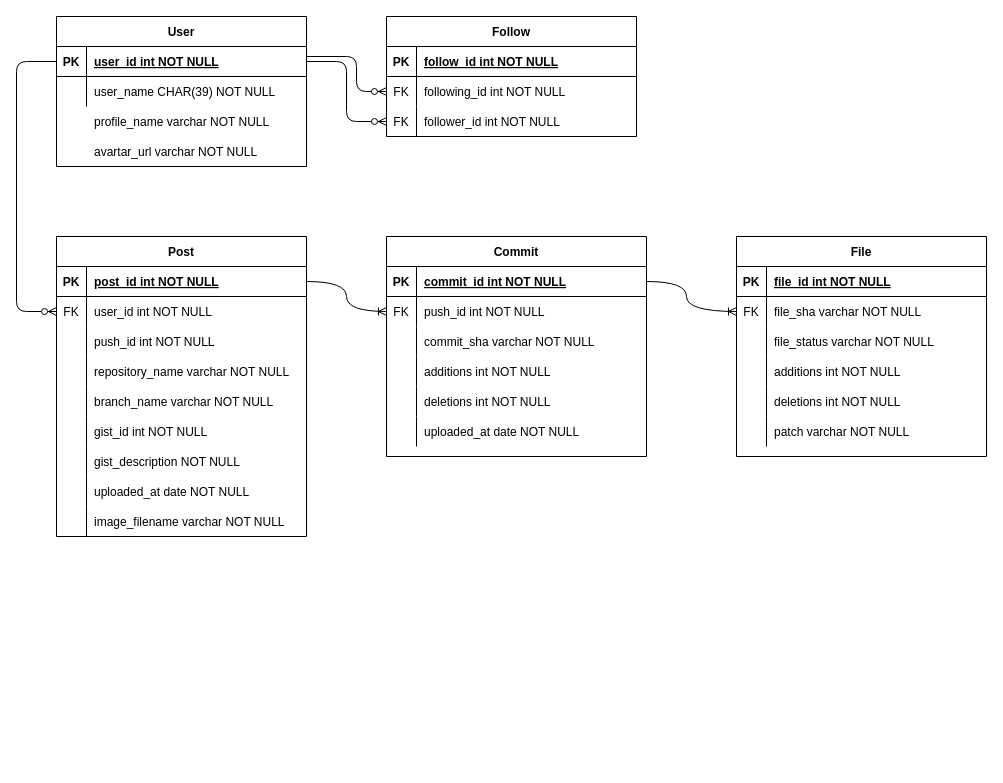
This is erd.drawio from rxdcxdrnine/what-you-see-is-what-you-git, a draw.io file, before an edit. Source tidied: cells renumbered, new cells numbered last; positions are measured from the earlier drawing's top-left corner, leaving out a move shared by most shapes. Both pictures are drawn from the tidied source at 100%, with x=0, y=0 at pixel (16, 16).
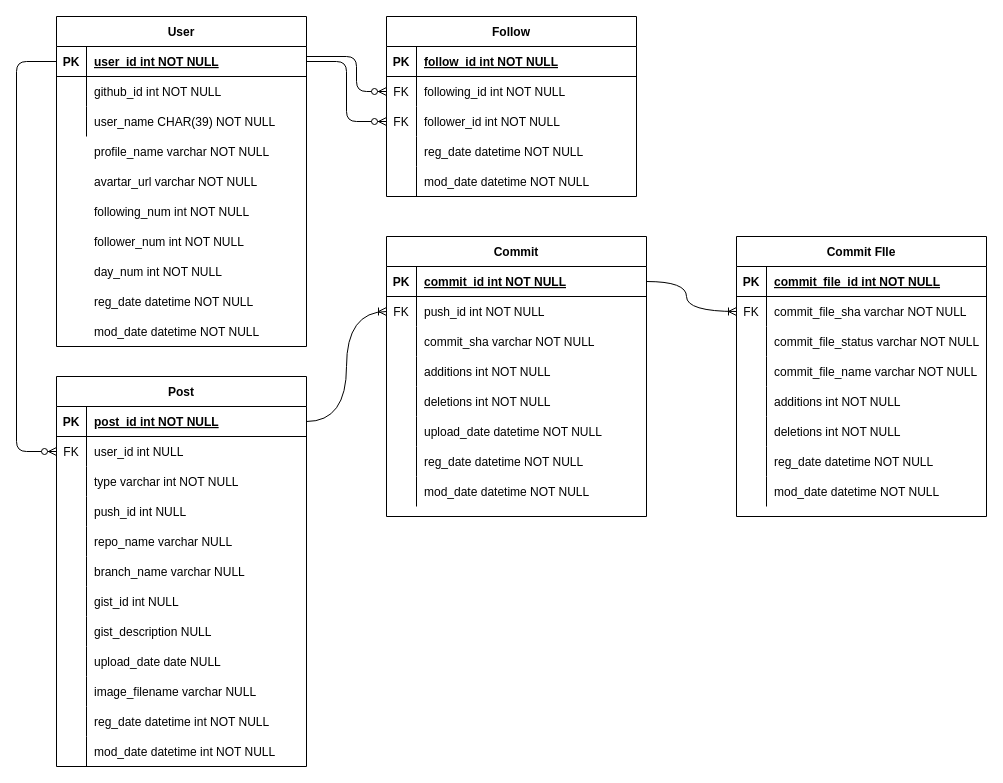
Above is the later version.

Unchanged cells that the change refers to:
```xml
<mxCell id="13" style="shape=partialRectangle;fillColor=none;points=[[0,0.5],[1,0.5]];portConstraint=eastwest;top=0;left=0;right=0;bottom=1;" parent="12" vertex="1">
  <mxGeometry y="30" width="250" height="30" as="geometry" />
</mxCell>
<mxCell id="16" style="shape=partialRectangle;fillColor=none;points=[[0,0.5],[1,0.5]];portConstraint=eastwest;top=0;left=0;right=0;bottom=0;" parent="12" vertex="1">
  <mxGeometry y="60" width="250" height="30" as="geometry" />
</mxCell>
<mxCell id="41" style="shape=partialRectangle;fillColor=none;points=[[0,0.5],[1,0.5]];portConstraint=eastwest;top=0;left=0;right=0;bottom=1;" parent="40" vertex="1">
  <mxGeometry y="30" width="250" height="30" as="geometry" />
</mxCell>
<mxCell id="44" style="shape=partialRectangle;fillColor=none;top=0;left=0;right=0;bottom=0;" parent="40" vertex="1">
  <mxGeometry y="60" width="250" height="30" as="geometry" />
</mxCell>
<mxCell id="59" style="shape=partialRectangle;fillColor=none;top=0;left=0;bottom=0;right=0;points=[[0,0.5],[1,0.5]];portConstraint=eastwest;" parent="55" vertex="1">
  <mxGeometry y="60" width="260" height="30" as="geometry" />
</mxCell>
<mxCell id="71" style="shape=partialRectangle;fillColor=none;top=0;left=0;bottom=0;right=0;" parent="55" vertex="1">
  <mxGeometry y="180" width="260" height="30" as="geometry" />
</mxCell>
<mxCell id="76" style="shape=partialRectangle;fillColor=none;top=0;left=0;bottom=1;right=0;" parent="75" vertex="1">
  <mxGeometry y="30" width="250" height="30" as="geometry" />
</mxCell>
<mxCell id="79" style="shape=partialRectangle;fillColor=none;top=0;left=0;bottom=0;right=0;points=[[0,0.5],[1,0.5]];portConstraint=eastwest;" parent="75" vertex="1">
  <mxGeometry y="60" width="250" height="30" as="geometry" />
</mxCell>
<mxCell id="82" style="shape=partialRectangle;fillColor=none;top=0;left=0;bottom=0;right=0;" parent="75" vertex="1">
  <mxGeometry y="90" width="250" height="30" as="geometry" />
</mxCell>
```

The edit, as a diff of the source:
```diff
@@
     <mxCell id="2" value="Follow" style="shape=table;startSize=30;childLayout=tableLayout;rowLines=0;fontStyle=1;align=center;" parent="1" vertex="1">
-      <mxGeometry x="370" width="250" height="120" as="geometry" />
+      <mxGeometry x="370" width="250" height="180" as="geometry" />
     </mxCell>
@@
+    <mxCell id="95" style="shape=partialRectangle;fillColor=none;top=0;left=0;right=0;bottom=0;" parent="2" vertex="1">
+      <mxGeometry y="120" width="250" height="30" as="geometry" />
+    </mxCell>
+    <mxCell id="96" style="shape=partialRectangle;overflow=hidden;fillColor=none;top=0;left=0;bottom=0;right=0;" parent="95" vertex="1">
+      <mxGeometry width="30" height="30" as="geometry" />
+    </mxCell>
+    <mxCell id="97" value="reg_date datetime NOT NULL" style="shape=partialRectangle;overflow=hidden;fillColor=none;top=0;left=0;bottom=0;right=0;align=left;spacingLeft=6;" parent="95" vertex="1">
+      <mxGeometry x="30" width="220" height="30" as="geometry" />
+    </mxCell>
+    <mxCell id="98" style="shape=partialRectangle;fillColor=none;top=0;left=0;right=0;bottom=0;" parent="2" vertex="1">
+      <mxGeometry y="150" width="250" height="30" as="geometry" />
+    </mxCell>
+    <mxCell id="99" style="shape=partialRectangle;overflow=hidden;fillColor=none;top=0;left=0;bottom=0;right=0;" parent="98" vertex="1">
+      <mxGeometry width="30" height="30" as="geometry" />
+    </mxCell>
+    <mxCell id="100" value="mod_date datetime NOT NULL" style="shape=partialRectangle;overflow=hidden;fillColor=none;top=0;left=0;bottom=0;right=0;align=left;spacingLeft=6;" parent="98" vertex="1">
+      <mxGeometry x="30" width="220" height="30" as="geometry" />
+    </mxCell>
     <mxCell id="12" value="Post" style="shape=table;startSize=30;childLayout=tableLayout;rowLines=0;fontStyle=1;align=center;" parent="1" vertex="1">
-      <mxGeometry x="40" y="220" width="250" height="300" as="geometry" />
+      <mxGeometry x="40" y="360" width="250" height="390" as="geometry" />
     </mxCell>
@@
-    <mxCell id="18" value="user_id int NOT NULL" style="shape=partialRectangle;overflow=hidden;fillColor=none;top=0;left=0;bottom=0;right=0;align=left;spacingLeft=6;" parent="16" vertex="1">
+    <mxCell id="18" value="user_id int NULL" style="shape=partialRectangle;overflow=hidden;fillColor=none;top=0;left=0;bottom=0;right=0;align=left;spacingLeft=6;" parent="16" vertex="1">
       <mxGeometry x="30" width="220" height="30" as="geometry" />
     </mxCell>
+    <mxCell id="101" style="shape=partialRectangle;fillColor=none;top=0;left=0;right=0;bottom=0;" parent="12" vertex="1">
+      <mxGeometry y="90" width="250" height="30" as="geometry" />
+    </mxCell>
+    <mxCell id="102" style="shape=partialRectangle;overflow=hidden;fillColor=none;top=0;left=0;bottom=0;right=0;" parent="101" vertex="1">
+      <mxGeometry width="30" height="30" as="geometry" />
+    </mxCell>
+    <mxCell id="103" value="type varchar int NOT NULL" style="shape=partialRectangle;overflow=hidden;fillColor=none;top=0;left=0;bottom=0;right=0;align=left;spacingLeft=6;" parent="101" vertex="1">
+      <mxGeometry x="30" width="220" height="30" as="geometry" />
+    </mxCell>
     <mxCell id="19" style="shape=partialRectangle;fillColor=none;top=0;left=0;right=0;bottom=0;" parent="12" vertex="1">
-      <mxGeometry y="90" width="250" height="30" as="geometry" />
+      <mxGeometry y="120" width="250" height="30" as="geometry" />
     </mxCell>
@@
-    <mxCell id="21" value="push_id int NOT NULL" style="shape=partialRectangle;overflow=hidden;fillColor=none;top=0;left=0;bottom=0;right=0;align=left;spacingLeft=6;" parent="19" vertex="1">
+    <mxCell id="21" value="push_id int NULL" style="shape=partialRectangle;overflow=hidden;fillColor=none;top=0;left=0;bottom=0;right=0;align=left;spacingLeft=6;" parent="19" vertex="1">
       <mxGeometry x="30" width="220" height="30" as="geometry" />
     </mxCell>
     <mxCell id="22" style="shape=partialRectangle;fillColor=none;top=0;left=0;right=0;bottom=0;" parent="12" vertex="1">
-      <mxGeometry y="120" width="250" height="30" as="geometry" />
+      <mxGeometry y="150" width="250" height="30" as="geometry" />
     </mxCell>
@@
-    <mxCell id="24" value="repository_name varchar NOT NULL " style="shape=partialRectangle;overflow=hidden;fillColor=none;top=0;left=0;bottom=0;right=0;align=left;spacingLeft=6;" parent="22" vertex="1">
+    <mxCell id="24" value="repo_name varchar NULL " style="shape=partialRectangle;overflow=hidden;fillColor=none;top=0;left=0;bottom=0;right=0;align=left;spacingLeft=6;" parent="22" vertex="1">
       <mxGeometry x="30" width="220" height="30" as="geometry" />
     </mxCell>
     <mxCell id="25" style="shape=partialRectangle;fillColor=none;top=0;left=0;right=0;bottom=0;" parent="12" vertex="1">
-      <mxGeometry y="150" width="250" height="30" as="geometry" />
+      <mxGeometry y="180" width="250" height="30" as="geometry" />
     </mxCell>
@@
-    <mxCell id="27" value="branch_name varchar NOT NULL" style="shape=partialRectangle;overflow=hidden;fillColor=none;top=0;left=0;bottom=0;right=0;align=left;spacingLeft=6;" parent="25" vertex="1">
+    <mxCell id="27" value="branch_name varchar NULL" style="shape=partialRectangle;overflow=hidden;fillColor=none;top=0;left=0;bottom=0;right=0;align=left;spacingLeft=6;" parent="25" vertex="1">
       <mxGeometry x="30" width="220" height="30" as="geometry" />
     </mxCell>
     <mxCell id="28" style="shape=partialRectangle;fillColor=none;top=0;left=0;right=0;bottom=0;" parent="12" vertex="1">
-      <mxGeometry y="180" width="250" height="30" as="geometry" />
+      <mxGeometry y="210" width="250" height="30" as="geometry" />
     </mxCell>
@@
-    <mxCell id="30" value="gist_id int NOT NULL" style="shape=partialRectangle;overflow=hidden;fillColor=none;top=0;left=0;bottom=0;right=0;align=left;spacingLeft=6;" parent="28" vertex="1">
+    <mxCell id="30" value="gist_id int NULL" style="shape=partialRectangle;overflow=hidden;fillColor=none;top=0;left=0;bottom=0;right=0;align=left;spacingLeft=6;" parent="28" vertex="1">
       <mxGeometry x="30" width="220" height="30" as="geometry" />
     </mxCell>
     <mxCell id="31" style="shape=partialRectangle;fillColor=none;top=0;left=0;right=0;bottom=0;" parent="12" vertex="1">
-      <mxGeometry y="210" width="250" height="30" as="geometry" />
+      <mxGeometry y="240" width="250" height="30" as="geometry" />
     </mxCell>
@@
-    <mxCell id="33" value="gist_description NOT NULL" style="shape=partialRectangle;overflow=hidden;fillColor=none;top=0;left=0;bottom=0;right=0;align=left;spacingLeft=6;" parent="31" vertex="1">
+    <mxCell id="33" value="gist_description NULL" style="shape=partialRectangle;overflow=hidden;fillColor=none;top=0;left=0;bottom=0;right=0;align=left;spacingLeft=6;" parent="31" vertex="1">
       <mxGeometry x="30" width="220" height="30" as="geometry" />
     </mxCell>
     <mxCell id="34" style="shape=partialRectangle;fillColor=none;top=0;left=0;right=0;bottom=0;" parent="12" vertex="1">
-      <mxGeometry y="240" width="250" height="30" as="geometry" />
+      <mxGeometry y="270" width="250" height="30" as="geometry" />
     </mxCell>
@@
-    <mxCell id="36" value="uploaded_at date NOT NULL" style="shape=partialRectangle;overflow=hidden;fillColor=none;top=0;left=0;bottom=0;right=0;align=left;spacingLeft=6;" parent="34" vertex="1">
+    <mxCell id="36" value="upload_date date NULL" style="shape=partialRectangle;overflow=hidden;fillColor=none;top=0;left=0;bottom=0;right=0;align=left;spacingLeft=6;" parent="34" vertex="1">
       <mxGeometry x="30" width="220" height="30" as="geometry" />
     </mxCell>
     <mxCell id="37" style="shape=partialRectangle;fillColor=none;top=0;left=0;right=0;bottom=0;" parent="12" vertex="1">
-      <mxGeometry y="270" width="250" height="30" as="geometry" />
+      <mxGeometry y="300" width="250" height="30" as="geometry" />
     </mxCell>
@@
-    <mxCell id="39" value="image_filename varchar NOT NULL" style="shape=partialRectangle;overflow=hidden;fillColor=none;top=0;left=0;bottom=0;right=0;align=left;spacingLeft=6;" parent="37" vertex="1">
+    <mxCell id="39" value="image_filename varchar NULL" style="shape=partialRectangle;overflow=hidden;fillColor=none;top=0;left=0;bottom=0;right=0;align=left;spacingLeft=6;" parent="37" vertex="1">
       <mxGeometry x="30" width="220" height="30" as="geometry" />
     </mxCell>
+    <mxCell id="104" style="shape=partialRectangle;fillColor=none;top=0;left=0;right=0;bottom=0;" parent="12" vertex="1">
+      <mxGeometry y="330" width="250" height="30" as="geometry" />
+    </mxCell>
+    <mxCell id="105" style="shape=partialRectangle;overflow=hidden;fillColor=none;top=0;left=0;bottom=0;right=0;" parent="104" vertex="1">
+      <mxGeometry width="30" height="30" as="geometry" />
+    </mxCell>
+    <mxCell id="106" value="reg_date datetime int NOT NULL" style="shape=partialRectangle;overflow=hidden;fillColor=none;top=0;left=0;bottom=0;right=0;align=left;spacingLeft=6;" parent="104" vertex="1">
+      <mxGeometry x="30" width="220" height="30" as="geometry" />
+    </mxCell>
+    <mxCell id="107" style="shape=partialRectangle;fillColor=none;top=0;left=0;right=0;bottom=0;" parent="12" vertex="1">
+      <mxGeometry y="360" width="250" height="30" as="geometry" />
+    </mxCell>
+    <mxCell id="108" style="shape=partialRectangle;overflow=hidden;fillColor=none;top=0;left=0;bottom=0;right=0;" parent="107" vertex="1">
+      <mxGeometry width="30" height="30" as="geometry" />
+    </mxCell>
+    <mxCell id="109" value="mod_date datetime int NOT NULL" style="shape=partialRectangle;overflow=hidden;fillColor=none;top=0;left=0;bottom=0;right=0;align=left;spacingLeft=6;" parent="107" vertex="1">
+      <mxGeometry x="30" width="220" height="30" as="geometry" />
+    </mxCell>
     <mxCell id="40" value="User" style="shape=table;startSize=30;childLayout=tableLayout;rowLines=0;fontStyle=1;align=center;" parent="1" vertex="1">
-      <mxGeometry x="40" width="250" height="150" as="geometry" />
+      <mxGeometry x="40" width="250" height="330" as="geometry" />
     </mxCell>
@@
-    <mxCell id="46" value="user_name CHAR(39) NOT NULL" style="shape=partialRectangle;overflow=hidden;fillColor=none;top=0;left=0;bottom=0;right=0;align=left;spacingLeft=6;" parent="44" vertex="1">
+    <mxCell id="46" value="github_id int NOT NULL" style="shape=partialRectangle;overflow=hidden;fillColor=none;top=0;left=0;bottom=0;right=0;align=left;spacingLeft=6;" parent="44" vertex="1">
       <mxGeometry x="30" width="220" height="30" as="geometry" />
     </mxCell>
+    <mxCell id="110" style="shape=partialRectangle;fillColor=none;top=0;left=0;right=0;bottom=0;" parent="40" vertex="1">
+      <mxGeometry y="90" width="250" height="30" as="geometry" />
+    </mxCell>
+    <mxCell id="111" style="shape=partialRectangle;overflow=hidden;fillColor=none;top=0;left=0;bottom=0;right=0;" parent="110" vertex="1">
+      <mxGeometry width="30" height="30" as="geometry" />
+    </mxCell>
+    <mxCell id="112" value="user_name CHAR(39) NOT NULL" style="shape=partialRectangle;overflow=hidden;fillColor=none;top=0;left=0;bottom=0;right=0;align=left;spacingLeft=6;" parent="110" vertex="1">
+      <mxGeometry x="30" width="220" height="30" as="geometry" />
+    </mxCell>
@@
     <mxCell id="48" value="profile_name varchar NOT NULL" style="shape=partialRectangle;overflow=hidden;fillColor=none;top=0;left=0;bottom=0;right=0;align=left;spacingLeft=6;" parent="1" vertex="1">
-      <mxGeometry x="70" y="90" width="220" height="30" as="geometry" />
+      <mxGeometry x="70" y="120" width="220" height="30" as="geometry" />
     </mxCell>
@@
     <mxCell id="50" value="avartar_url varchar NOT NULL" style="shape=partialRectangle;overflow=hidden;fillColor=none;top=0;left=0;bottom=0;right=0;align=left;spacingLeft=6;" parent="1" vertex="1">
-      <mxGeometry x="70" y="120" width="220" height="30" as="geometry" />
+      <mxGeometry x="70" y="150" width="220" height="30" as="geometry" />
     </mxCell>
@@
     <mxCell id="53" style="edgeStyle=orthogonalEdgeStyle;fontSize=12;html=1;endArrow=ERzeroToMany;endFill=1;rounded=1;entryX=0;entryY=0.5;entryDx=0;entryDy=0;exitX=0;exitY=0.5;exitDx=0;exitDy=0;" parent="1" edge="1" source="41" target="16">
       <mxGeometry relative="1" as="geometry">
         <Array as="points">
           <mxPoint y="45" />
-          <mxPoint y="295" />
+          <mxPoint y="435" />
         </Array>
       </mxGeometry>
     </mxCell>
@@
     <mxCell id="55" value="Commit" style="shape=table;startSize=30;childLayout=tableLayout;rowLines=0;fontStyle=1;align=center;" parent="1" vertex="1">
-      <mxGeometry x="370" y="220" width="260" height="220" as="geometry" />
+      <mxGeometry x="370" y="220" width="260" height="280" as="geometry" />
     </mxCell>
@@
-    <mxCell id="73" value="uploaded_at date NOT NULL" style="shape=partialRectangle;fillColor=none;top=0;left=0;bottom=0;right=0;align=left;spacingLeft=6;overflow=hidden;" parent="71" vertex="1">
+    <mxCell id="73" value="upload_date datetime NOT NULL" style="shape=partialRectangle;fillColor=none;top=0;left=0;bottom=0;right=0;align=left;spacingLeft=6;overflow=hidden;" parent="71" vertex="1">
       <mxGeometry x="30" width="230" height="30" as="geometry" />
     </mxCell>
+    <mxCell id="113" style="shape=partialRectangle;fillColor=none;top=0;left=0;bottom=0;right=0;" parent="55" vertex="1">
+      <mxGeometry y="210" width="260" height="30" as="geometry" />
+    </mxCell>
+    <mxCell id="114" style="shape=partialRectangle;fillColor=none;top=0;left=0;bottom=0;right=0;overflow=hidden;" parent="113" vertex="1">
+      <mxGeometry width="30" height="30" as="geometry" />
+    </mxCell>
+    <mxCell id="115" value="reg_date datetime NOT NULL" style="shape=partialRectangle;fillColor=none;top=0;left=0;bottom=0;right=0;align=left;spacingLeft=6;overflow=hidden;" parent="113" vertex="1">
+      <mxGeometry x="30" width="230" height="30" as="geometry" />
+    </mxCell>
+    <mxCell id="116" style="shape=partialRectangle;fillColor=none;top=0;left=0;bottom=0;right=0;" parent="55" vertex="1">
+      <mxGeometry y="240" width="260" height="30" as="geometry" />
+    </mxCell>
+    <mxCell id="117" style="shape=partialRectangle;fillColor=none;top=0;left=0;bottom=0;right=0;overflow=hidden;" parent="116" vertex="1">
+      <mxGeometry width="30" height="30" as="geometry" />
+    </mxCell>
+    <mxCell id="118" value="mod_date datetime NOT NULL" style="shape=partialRectangle;fillColor=none;top=0;left=0;bottom=0;right=0;align=left;spacingLeft=6;overflow=hidden;" parent="116" vertex="1">
+      <mxGeometry x="30" width="230" height="30" as="geometry" />
+    </mxCell>
     <mxCell id="74" style="edgeStyle=orthogonalEdgeStyle;fontSize=12;html=1;endArrow=ERoneToMany;rounded=1;entryX=0;entryY=0.5;entryDx=0;entryDy=0;exitX=1;exitY=0.5;exitDx=0;exitDy=0;curved=1;" parent="1" edge="1" source="13" target="59">
       <mxGeometry relative="1" as="geometry">
         <Array as="points">
-          <mxPoint x="330" y="265" />
+          <mxPoint x="330" y="405" />
           <mxPoint x="330" y="295" />
         </Array>
       </mxGeometry>
     </mxCell>
-    <mxCell id="75" value="File" style="shape=table;startSize=30;childLayout=tableLayout;rowLines=0;fontStyle=1;align=center;" parent="1" vertex="1">
-      <mxGeometry x="720" y="220" width="250" height="220" as="geometry" />
+    <mxCell id="75" value="Commit FIle" style="shape=table;startSize=30;childLayout=tableLayout;rowLines=0;fontStyle=1;align=center;" parent="1" vertex="1">
+      <mxGeometry x="720" y="220" width="250" height="280" as="geometry" />
     </mxCell>
@@
-    <mxCell id="78" value="file_id int NOT NULL" style="shape=partialRectangle;fillColor=none;top=0;left=0;bottom=0;right=0;align=left;spacingLeft=6;fontStyle=5;overflow=hidden;" parent="76" vertex="1">
+    <mxCell id="78" value="commit_file_id int NOT NULL" style="shape=partialRectangle;fillColor=none;top=0;left=0;bottom=0;right=0;align=left;spacingLeft=6;fontStyle=5;overflow=hidden;" parent="76" vertex="1">
       <mxGeometry x="30" width="220" height="30" as="geometry" />
     </mxCell>
@@
-    <mxCell id="81" value="file_sha varchar NOT NULL" style="shape=partialRectangle;fillColor=none;top=0;left=0;bottom=0;right=0;align=left;spacingLeft=6;overflow=hidden;" parent="79" vertex="1">
+    <mxCell id="81" value="commit_file_sha varchar NOT NULL" style="shape=partialRectangle;fillColor=none;top=0;left=0;bottom=0;right=0;align=left;spacingLeft=6;overflow=hidden;" parent="79" vertex="1">
       <mxGeometry x="30" width="220" height="30" as="geometry" />
     </mxCell>
@@
-    <mxCell id="84" value="file_status varchar NOT NULL" style="shape=partialRectangle;fillColor=none;top=0;left=0;bottom=0;right=0;align=left;spacingLeft=6;overflow=hidden;" parent="82" vertex="1">
+    <mxCell id="84" value="commit_file_status varchar NOT NULL" style="shape=partialRectangle;fillColor=none;top=0;left=0;bottom=0;right=0;align=left;spacingLeft=6;overflow=hidden;" parent="82" vertex="1">
       <mxGeometry x="30" width="220" height="30" as="geometry" />
     </mxCell>
+    <mxCell id="119" style="shape=partialRectangle;fillColor=none;top=0;left=0;bottom=0;right=0;" parent="75" vertex="1">
+      <mxGeometry y="120" width="250" height="30" as="geometry" />
+    </mxCell>
+    <mxCell id="120" style="shape=partialRectangle;fillColor=none;top=0;left=0;bottom=0;right=0;overflow=hidden;" parent="119" vertex="1">
+      <mxGeometry width="30" height="30" as="geometry" />
+    </mxCell>
+    <mxCell id="121" value="commit_file_name varchar NOT NULL" style="shape=partialRectangle;fillColor=none;top=0;left=0;bottom=0;right=0;align=left;spacingLeft=6;overflow=hidden;" parent="119" vertex="1">
+      <mxGeometry x="30" width="220" height="30" as="geometry" />
+    </mxCell>
     <mxCell id="85" style="shape=partialRectangle;fillColor=none;top=0;left=0;bottom=0;right=0;" parent="75" vertex="1">
-      <mxGeometry y="120" width="250" height="30" as="geometry" />
+      <mxGeometry y="150" width="250" height="30" as="geometry" />
     </mxCell>
@@
     <mxCell id="88" style="shape=partialRectangle;fillColor=none;top=0;left=0;bottom=0;right=0;" parent="75" vertex="1">
-      <mxGeometry y="150" width="250" height="30" as="geometry" />
+      <mxGeometry y="180" width="250" height="30" as="geometry" />
     </mxCell>
@@
     <mxCell id="91" style="shape=partialRectangle;fillColor=none;top=0;left=0;bottom=0;right=0;" parent="75" vertex="1">
-      <mxGeometry y="180" width="250" height="30" as="geometry" />
+      <mxGeometry y="210" width="250" height="30" as="geometry" />
     </mxCell>
@@
-    <mxCell id="93" value="patch varchar NOT NULL" style="shape=partialRectangle;fillColor=none;top=0;left=0;bottom=0;right=0;align=left;spacingLeft=6;overflow=hidden;" parent="91" vertex="1">
+    <mxCell id="93" value="reg_date datetime NOT NULL" style="shape=partialRectangle;fillColor=none;top=0;left=0;bottom=0;right=0;align=left;spacingLeft=6;overflow=hidden;" parent="91" vertex="1">
       <mxGeometry x="30" width="220" height="30" as="geometry" />
     </mxCell>
+    <mxCell id="122" style="shape=partialRectangle;fillColor=none;top=0;left=0;bottom=0;right=0;" parent="75" vertex="1">
+      <mxGeometry y="240" width="250" height="30" as="geometry" />
+    </mxCell>
+    <mxCell id="123" style="shape=partialRectangle;fillColor=none;top=0;left=0;bottom=0;right=0;overflow=hidden;" parent="122" vertex="1">
+      <mxGeometry width="30" height="30" as="geometry" />
+    </mxCell>
+    <mxCell id="124" value="mod_date datetime NOT NULL" style="shape=partialRectangle;fillColor=none;top=0;left=0;bottom=0;right=0;align=left;spacingLeft=6;overflow=hidden;" parent="122" vertex="1">
+      <mxGeometry x="30" width="220" height="30" as="geometry" />
+    </mxCell>
@@
+    <mxCell id="125" value="following_num int NOT NULL" style="shape=partialRectangle;overflow=hidden;fillColor=none;top=0;left=0;bottom=0;right=0;align=left;spacingLeft=6;" parent="1" vertex="1">
+      <mxGeometry x="70" y="180" width="220" height="30" as="geometry" />
+    </mxCell>
+    <mxCell id="126" value="follower_num int NOT NULL" style="shape=partialRectangle;overflow=hidden;fillColor=none;top=0;left=0;bottom=0;right=0;align=left;spacingLeft=6;" parent="1" vertex="1">
+      <mxGeometry x="70" y="210" width="220" height="30" as="geometry" />
+    </mxCell>
+    <mxCell id="127" value="day_num int NOT NULL" style="shape=partialRectangle;overflow=hidden;fillColor=none;top=0;left=0;bottom=0;right=0;align=left;spacingLeft=6;" parent="1" vertex="1">
+      <mxGeometry x="70" y="240" width="220" height="30" as="geometry" />
+    </mxCell>
+    <mxCell id="128" value="reg_date datetime NOT NULL" style="shape=partialRectangle;overflow=hidden;fillColor=none;top=0;left=0;bottom=0;right=0;align=left;spacingLeft=6;" parent="1" vertex="1">
+      <mxGeometry x="70" y="270" width="220" height="30" as="geometry" />
+    </mxCell>
+    <mxCell id="129" value="mod_date datetime NOT NULL" style="shape=partialRectangle;overflow=hidden;fillColor=none;top=0;left=0;bottom=0;right=0;align=left;spacingLeft=6;" parent="1" vertex="1">
+      <mxGeometry x="70" y="300" width="220" height="30" as="geometry" />
+    </mxCell>
```
